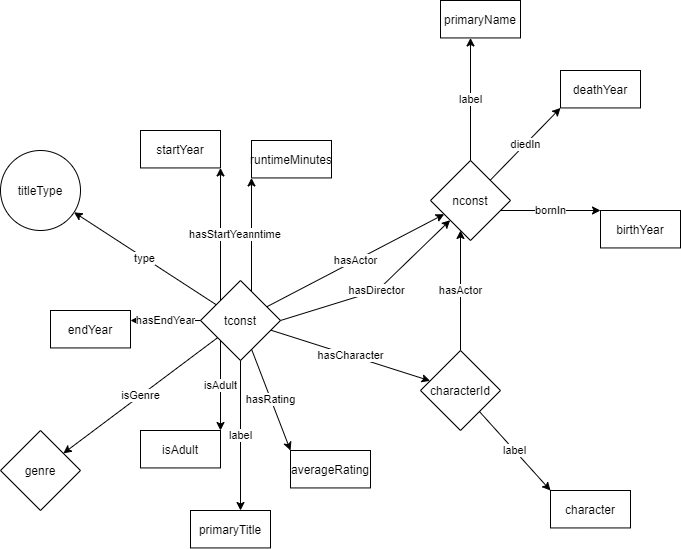
Above: converted_data/images/overview.png in AlexHoorn/MovieLocationsOntology (draw.io), before the change. Source tidied: cells renumbered, new cells last; positions are measured from the earlier drawing's top-left corner, leaving out a move shared by most shapes. Its diagram source:
```xml
<mxGraphModel>
  <root>
    <mxCell id="0" />
    <mxCell id="1" parent="0" />
    <mxCell id="2" value="hasActor" style="edgeStyle=orthogonalEdgeStyle;rounded=0;jumpStyle=gap;jettySize=auto;html=1;noEdgeStyle=1;orthogonal=1;" parent="1" edge="1" source="3" target="10">
      <mxGeometry relative="1" as="geometry" />
    </mxCell>
    <mxCell id="3" value="tconst" style="rhombus;whiteSpace=wrap;html=1;" parent="1" vertex="1">
      <mxGeometry x="200" y="280" width="80" height="80" as="geometry" />
    </mxCell>
    <mxCell id="4" value="hasCharacter" style="edgeStyle=orthogonalEdgeStyle;rounded=0;jettySize=auto;html=1;noEdgeStyle=1;orthogonal=1;jumpStyle=gap;" parent="1" edge="1" source="3" target="7">
      <mxGeometry relative="1" as="geometry" />
    </mxCell>
    <mxCell id="5" value="label" style="edgeStyle=orthogonalEdgeStyle;rounded=0;jettySize=auto;html=1;noEdgeStyle=1;orthogonal=1;jumpStyle=gap;" parent="1" edge="1" source="7" target="8">
      <mxGeometry relative="1" as="geometry" />
    </mxCell>
    <mxCell id="6" value="hasActor" style="edgeStyle=orthogonalEdgeStyle;rounded=0;jumpStyle=gap;jettySize=auto;html=1;noEdgeStyle=1;orthogonal=1;" parent="1" edge="1" source="7" target="10">
      <mxGeometry relative="1" as="geometry" />
    </mxCell>
    <mxCell id="7" value="characterId" style="rhombus;whiteSpace=wrap;html=1;" parent="1" vertex="1">
      <mxGeometry x="420" y="350" width="80" height="80" as="geometry" />
    </mxCell>
    <mxCell id="8" value="character" style="rounded=0;whiteSpace=wrap;html=1;" parent="1" vertex="1">
      <mxGeometry x="550" y="490" width="80" height="37.4" as="geometry" />
    </mxCell>
    <mxCell id="9" value="hasDirector" style="edgeStyle=orthogonalEdgeStyle;rounded=0;jettySize=auto;html=1;noEdgeStyle=1;orthogonal=1;jumpStyle=gap;exitX=1;exitY=0.5;exitDx=0;exitDy=0;" parent="1" edge="1" source="3" target="10">
      <mxGeometry relative="1" as="geometry">
        <Array as="points">
          <mxPoint x="377" y="290" />
        </Array>
      </mxGeometry>
    </mxCell>
    <mxCell id="10" value="nconst" style="rhombus;whiteSpace=wrap;html=1;" parent="1" vertex="1">
      <mxGeometry x="430" y="160" width="80" height="80" as="geometry" />
    </mxCell>
    <mxCell id="11" value="isGenre" style="edgeStyle=orthogonalEdgeStyle;rounded=0;jettySize=auto;html=1;noEdgeStyle=1;orthogonal=1;jumpStyle=gap;" parent="1" edge="1" source="3" target="12">
      <mxGeometry relative="1" as="geometry" />
    </mxCell>
    <mxCell id="12" value="genre" style="rhombus;whiteSpace=wrap;html=1;" parent="1" vertex="1">
      <mxGeometry y="430" width="80" height="80" as="geometry" />
    </mxCell>
    <mxCell id="13" value="label" style="edgeStyle=orthogonalEdgeStyle;rounded=0;jettySize=auto;html=1;noEdgeStyle=1;orthogonal=1;jumpStyle=gap;" parent="1" edge="1" source="10" target="16">
      <mxGeometry relative="1" as="geometry" />
    </mxCell>
    <mxCell id="14" value="bornIn" style="edgeStyle=orthogonalEdgeStyle;rounded=0;jettySize=auto;html=1;noEdgeStyle=1;orthogonal=1;jumpStyle=gap;" parent="1" edge="1" source="10" target="17">
      <mxGeometry relative="1" as="geometry" />
    </mxCell>
    <mxCell id="15" value="diedIn" style="edgeStyle=orthogonalEdgeStyle;rounded=0;jettySize=auto;html=1;noEdgeStyle=1;orthogonal=1;jumpStyle=gap;" parent="1" edge="1" source="10" target="18">
      <mxGeometry relative="1" as="geometry" />
    </mxCell>
    <mxCell id="16" value="primaryName" style="rounded=0;whiteSpace=wrap;html=1;" parent="1" vertex="1">
      <mxGeometry x="440" width="80" height="37.4" as="geometry" />
    </mxCell>
    <mxCell id="17" value="birthYear" style="rounded=0;whiteSpace=wrap;html=1;" parent="1" vertex="1">
      <mxGeometry x="600" y="210" width="80" height="37.4" as="geometry" />
    </mxCell>
    <mxCell id="18" value="deathYear" style="rounded=0;whiteSpace=wrap;html=1;" parent="1" vertex="1">
      <mxGeometry x="560" y="70" width="80" height="37.4" as="geometry" />
    </mxCell>
    <mxCell id="19" value="type" style="edgeStyle=orthogonalEdgeStyle;rounded=0;jettySize=auto;html=1;noEdgeStyle=1;orthogonal=1;jumpStyle=gap;" parent="1" edge="1" source="3" target="26">
      <mxGeometry relative="1" as="geometry" />
    </mxCell>
    <mxCell id="20" value="label" style="edgeStyle=orthogonalEdgeStyle;rounded=0;jettySize=auto;html=1;noEdgeStyle=1;orthogonal=1;jumpStyle=gap;" parent="1" edge="1" source="3" target="27">
      <mxGeometry relative="1" as="geometry" />
    </mxCell>
    <mxCell id="21" value="hasEndYear" style="edgeStyle=orthogonalEdgeStyle;rounded=0;jettySize=auto;html=1;noEdgeStyle=1;orthogonal=1;jumpStyle=gap;" parent="1" edge="1" source="3" target="30">
      <mxGeometry relative="1" as="geometry" />
    </mxCell>
    <mxCell id="22" value="isAdult" style="edgeStyle=orthogonalEdgeStyle;rounded=0;jettySize=auto;html=1;noEdgeStyle=1;orthogonal=1;jumpStyle=gap;" parent="1" edge="1" source="3" target="28">
      <mxGeometry relative="1" as="geometry" />
    </mxCell>
    <mxCell id="23" value="hasRuntime" style="edgeStyle=orthogonalEdgeStyle;rounded=0;jettySize=auto;html=1;noEdgeStyle=1;orthogonal=1;jumpStyle=gap;" parent="1" edge="1" source="3" target="31">
      <mxGeometry relative="1" as="geometry" />
    </mxCell>
    <mxCell id="24" value="hasStartYear" style="edgeStyle=orthogonalEdgeStyle;rounded=0;jettySize=auto;html=1;noEdgeStyle=1;orthogonal=1;jumpStyle=gap;" parent="1" edge="1" source="3" target="29">
      <mxGeometry relative="1" as="geometry" />
    </mxCell>
    <mxCell id="25" value="hasRating" style="edgeStyle=orthogonalEdgeStyle;rounded=0;jettySize=auto;html=1;noEdgeStyle=1;orthogonal=1;jumpStyle=gap;" parent="1" edge="1" source="3" target="32">
      <mxGeometry relative="1" as="geometry" />
    </mxCell>
    <mxCell id="26" value="titleType" style="ellipse;whiteSpace=wrap;html=1;" parent="1" vertex="1">
      <mxGeometry y="150" width="80" height="80" as="geometry" />
    </mxCell>
    <mxCell id="27" value="primaryTitle" style="rounded=0;whiteSpace=wrap;html=1;" parent="1" vertex="1">
      <mxGeometry x="190" y="510" width="80" height="37.4" as="geometry" />
    </mxCell>
    <mxCell id="28" value="isAdult" style="rounded=0;whiteSpace=wrap;html=1;" parent="1" vertex="1">
      <mxGeometry x="140" y="430" width="80" height="37.4" as="geometry" />
    </mxCell>
    <mxCell id="29" value="startYear" style="rounded=0;whiteSpace=wrap;html=1;" parent="1" vertex="1">
      <mxGeometry x="140" y="130" width="80" height="37.4" as="geometry" />
    </mxCell>
    <mxCell id="30" value="endYear" style="rounded=0;whiteSpace=wrap;html=1;" parent="1" vertex="1">
      <mxGeometry x="50" y="310" width="80" height="37.4" as="geometry" />
    </mxCell>
    <mxCell id="31" value="runtimeMinutes" style="rounded=0;whiteSpace=wrap;html=1;" parent="1" vertex="1">
      <mxGeometry x="251" y="140" width="80" height="37.4" as="geometry" />
    </mxCell>
    <mxCell id="32" value="averageRating" style="rounded=0;whiteSpace=wrap;html=1;" parent="1" vertex="1">
      <mxGeometry x="290" y="450" width="80" height="37.4" as="geometry" />
    </mxCell>
  </root>
</mxGraphModel>
```
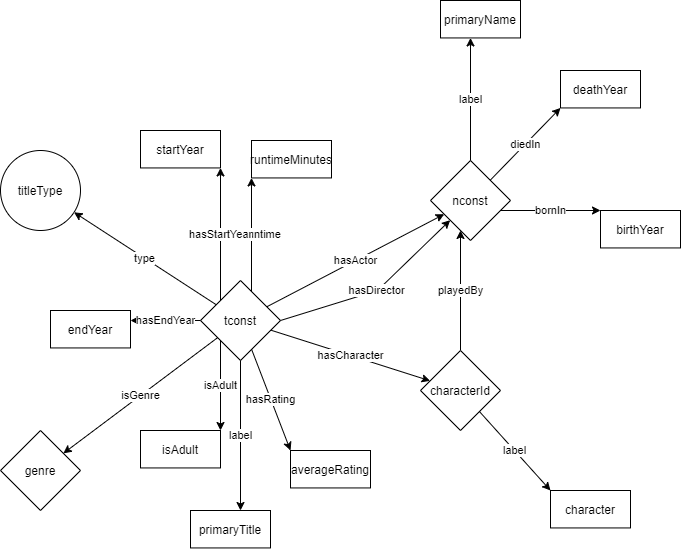
After the change.

Commit message:
Fix character property: hasActor -> playedBy

What changed in the source:
```diff
@@ -14,7 +14,7 @@
     <mxCell id="5" value="label" style="edgeStyle=orthogonalEdgeStyle;rounded=0;jettySize=auto;html=1;noEdgeStyle=1;orthogonal=1;jumpStyle=gap;" parent="1" edge="1" source="7" target="8">
       <mxGeometry relative="1" as="geometry" />
     </mxCell>
-    <mxCell id="6" value="hasActor" style="edgeStyle=orthogonalEdgeStyle;rounded=0;jumpStyle=gap;jettySize=auto;html=1;noEdgeStyle=1;orthogonal=1;" parent="1" edge="1" source="7" target="10">
+    <mxCell id="6" value="playedBy" style="edgeStyle=orthogonalEdgeStyle;rounded=0;jumpStyle=gap;jettySize=auto;html=1;noEdgeStyle=1;orthogonal=1;" parent="1" edge="1" source="7" target="10">
       <mxGeometry relative="1" as="geometry" />
     </mxCell>
     <mxCell id="7" value="characterId" style="rhombus;whiteSpace=wrap;html=1;" parent="1" vertex="1">
```
